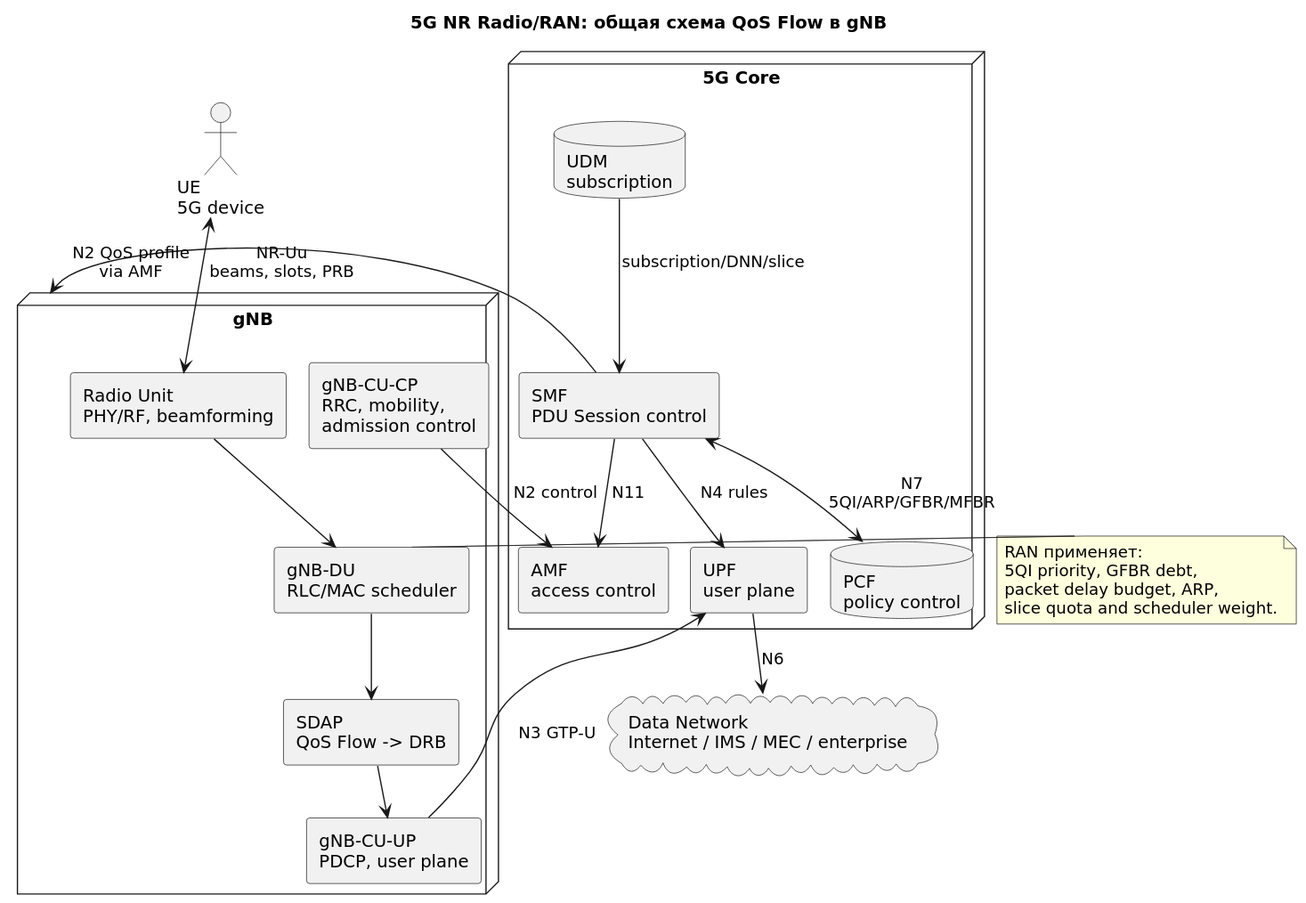
Before: docs/mobile-network-qos/diagrams/rendered/5g-radio-common.svg, a diagram exported from PlantUML (jvbistrue-art/Analitics). The source it was exported from:
```plantuml
@startuml
!pragma layout smetana
skinparam componentStyle rectangle
skinparam shadowing false
skinparam defaultFontName DejaVu Sans
title 5G NR Radio/RAN: общая схема QoS Flow в gNB

actor "UE\n5G device" as UE
node "gNB" as GNB {
  rectangle "gNB-CU-CP\nRRC, mobility,\nadmission control" as CUCP
  rectangle "gNB-CU-UP\nPDCP, user plane" as CUUP
  rectangle "gNB-DU\nRLC/MAC scheduler" as DU
  rectangle "Radio Unit\nPHY/RF, beamforming" as RU
  rectangle "SDAP\nQoS Flow -> DRB" as SDAP
}
node "5G Core" as CORE {
  rectangle "AMF\naccess control" as AMF
  rectangle "SMF\nPDU Session control" as SMF
  rectangle "UPF\nuser plane" as UPF
  database "PCF\npolicy control" as PCF
  database "UDM\nsubscription" as UDM
}
cloud "Data Network\nInternet / IMS / MEC / enterprise" as DN

UE <--> RU : NR-Uu\nbeams, slots, PRB
RU --> DU
DU --> SDAP
SDAP --> CUUP
CUCP --> AMF : N2 control
CUUP --> UPF : N3 GTP-U
SMF --> UPF : N4 rules
SMF --> AMF : N11
SMF <--> PCF : N7\n5QI/ARP/GFBR/MFBR
SMF --> GNB : N2 QoS profile\nvia AMF
UPF --> DN : N6
UDM --> SMF : subscription/DNN/slice

note right of DU
RAN применяет:
5QI priority, GFBR debt,
packet delay budget, ARP,
slice quota and scheduler weight.
end note
@enduml
```
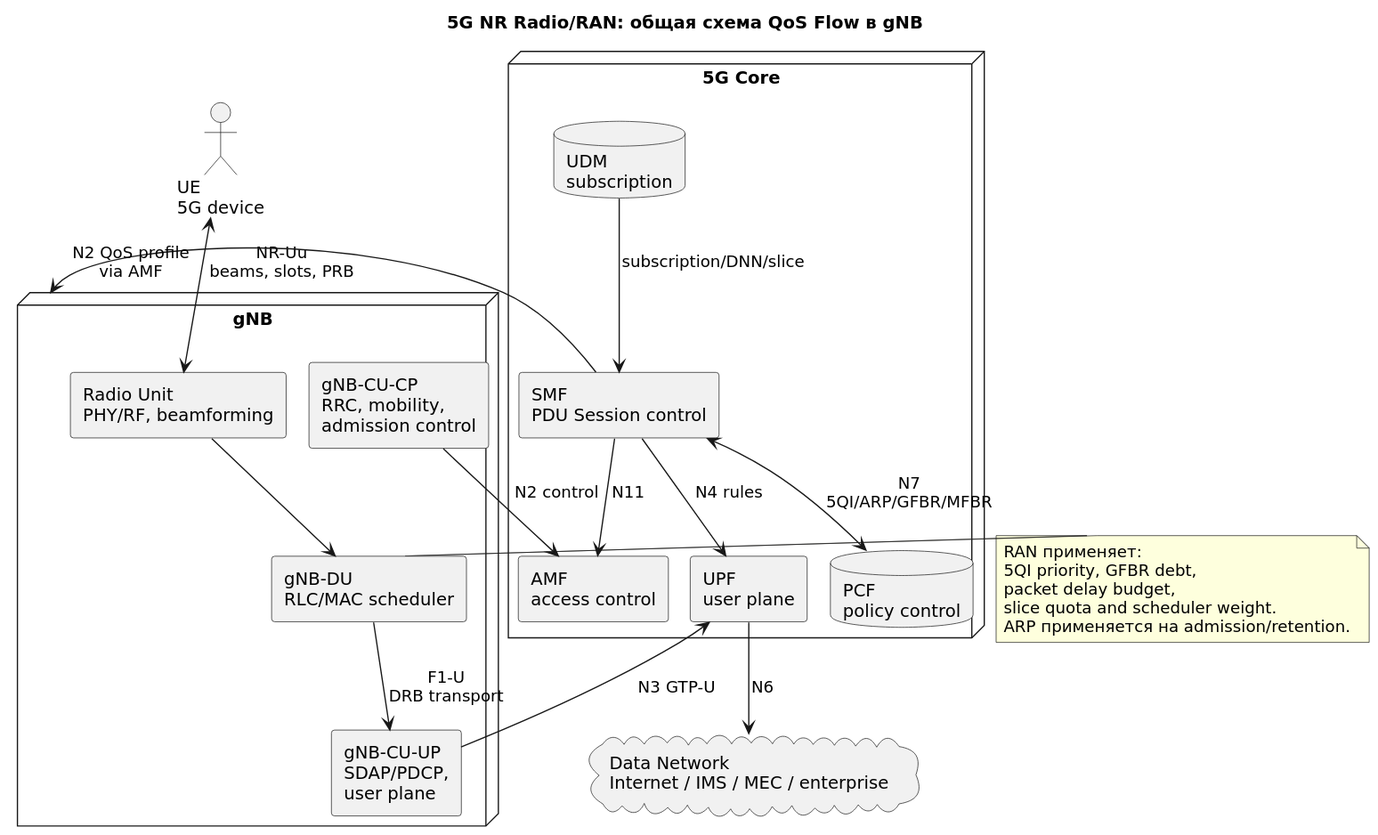
After the commit.

Diff of the diagram source:
```diff
@@ -8,10 +8,9 @@
 actor "UE\n5G device" as UE
 node "gNB" as GNB {
   rectangle "gNB-CU-CP\nRRC, mobility,\nadmission control" as CUCP
-  rectangle "gNB-CU-UP\nPDCP, user plane" as CUUP
+  rectangle "gNB-CU-UP\nSDAP/PDCP,\nuser plane" as CUUP
   rectangle "gNB-DU\nRLC/MAC scheduler" as DU
   rectangle "Radio Unit\nPHY/RF, beamforming" as RU
-  rectangle "SDAP\nQoS Flow -> DRB" as SDAP
 }
 node "5G Core" as CORE {
   rectangle "AMF\naccess control" as AMF
@@ -24,8 +23,7 @@
 
 UE <--> RU : NR-Uu\nbeams, slots, PRB
 RU --> DU
-DU --> SDAP
-SDAP --> CUUP
+DU --> CUUP : F1-U\nDRB transport
 CUCP --> AMF : N2 control
 CUUP --> UPF : N3 GTP-U
 SMF --> UPF : N4 rules
@@ -38,7 +36,8 @@
 note right of DU
 RAN применяет:
 5QI priority, GFBR debt,
-packet delay budget, ARP,
+packet delay budget,
 slice quota and scheduler weight.
+ARP применяется на admission/retention.
 end note
 @enduml
```
